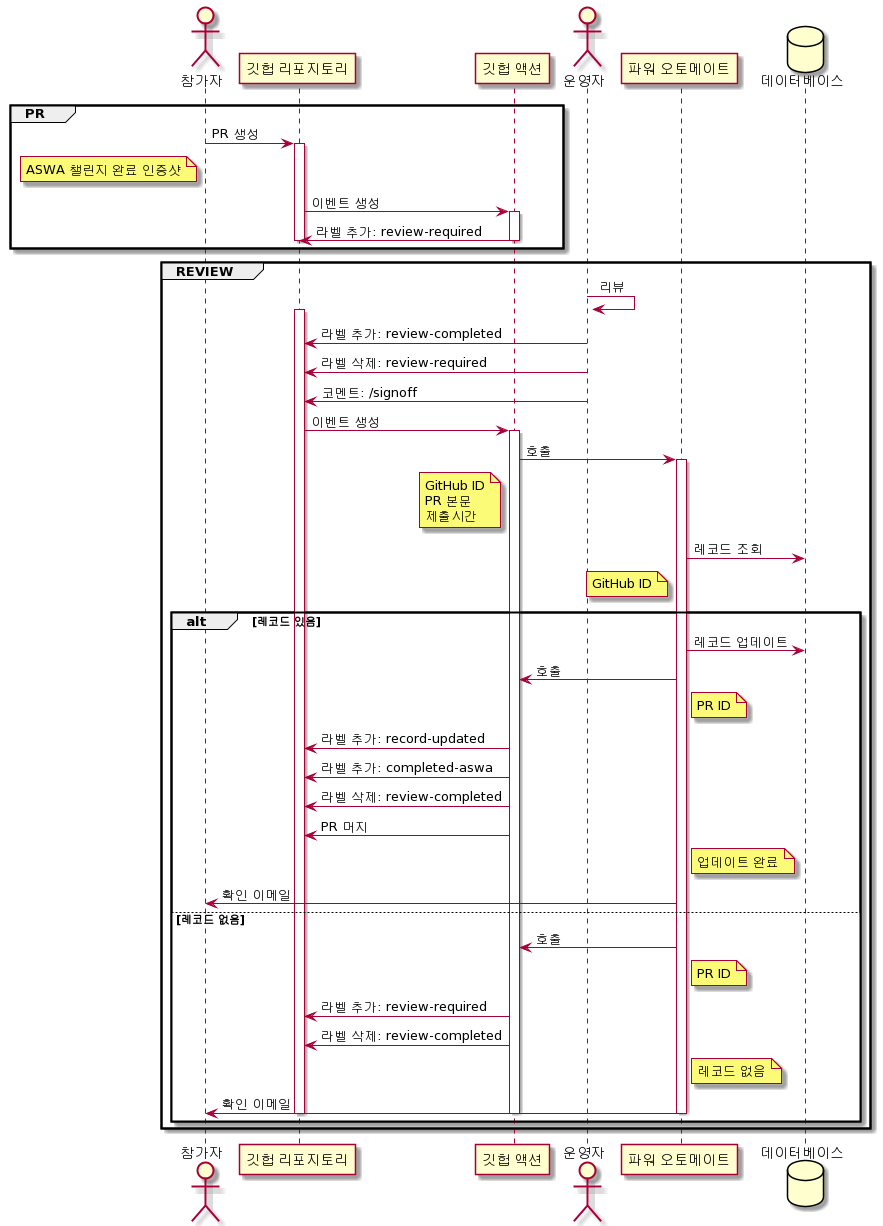
Earlier version of the PlantUML export processes/challenge-aswa.png (devrel-kr/HackaLearn). Its diagram source:
```plantuml
@startuml
actor 참가자 as P
participant "깃헙 리포지토리" as REPO
participant "깃헙 액션" as GHA
actor 운영자 as OP
participant "파워 오토메이트" as PA
database 데이터베이스 as DB

group PR
    P -> REPO: PR 생성
    note left of P
        ASWA 챌린지 완료 인증샷
    end note

    activate REPO
    REPO -> GHA: 이벤트 생성
    activate GHA
    GHA -> REPO: 라벨 추가: review-required
    deactivate GHA
    deactivate REPO
end

group REVIEW
    OP -> OP: 리뷰

    activate REPO
    OP -> REPO: 라벨 추가: review-completed
    OP -> REPO: 라벨 삭제: review-required
    OP -> REPO: 코멘트: /signoff
    REPO -> GHA: 이벤트 생성

    activate GHA
    GHA -> PA: 호출
    note left of GHA
        GitHub ID
        PR 본문
        제출시간
    end note

    activate PA
    PA -> DB: 레코드 조회
    note left of PA
        GitHub ID
    end note

    alt 레코드 있음
        PA -> DB: 레코드 업데이트
        PA -> GHA: 호출
        note right of PA
            PR ID
        end note
        GHA -> REPO: 라벨 추가: record-updated
        GHA -> REPO: 라벨 추가: completed-aswa
        GHA -> REPO: 라벨 삭제: review-completed
        GHA -> REPO: PR 머지
        note right of PA
            업데이트 완료
        end note
        PA -> P: 확인 이메일
    else 레코드 없음
        PA -> GHA: 호출
        note right of PA
            PR ID
        end note
        GHA -> REPO: 라벨 추가: review-required
        GHA -> REPO: 라벨 삭제: review-completed
        note right of PA
            레코드 없음
        end note
        PA -> P: 확인 이메일

        deactivate PA
        deactivate GHA
        deactivate REPO
    end
end
@enduml
```
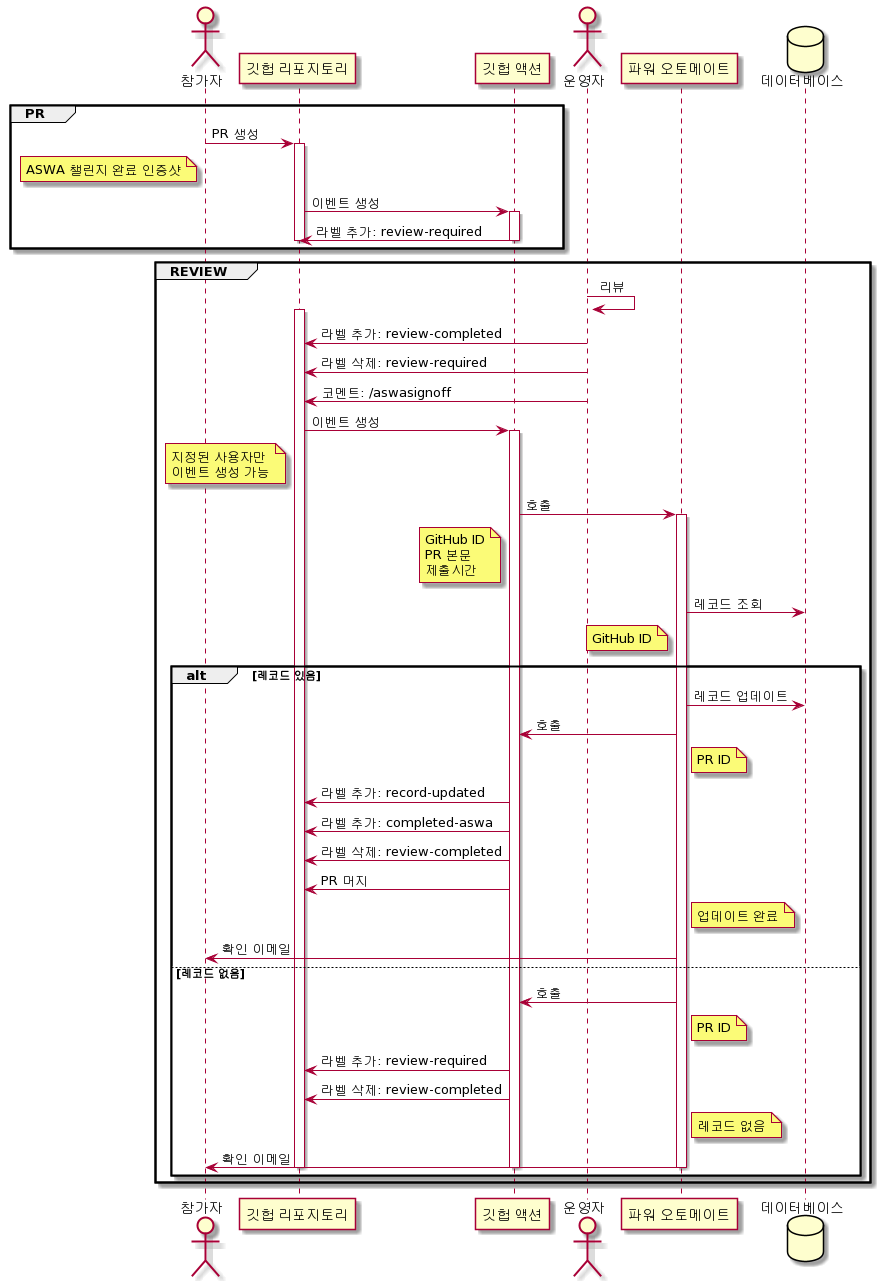
After the change.

Diff of the diagram source:
```diff
@@ -26,8 +26,12 @@
     activate REPO
     OP -> REPO: 라벨 추가: review-completed
     OP -> REPO: 라벨 삭제: review-required
-    OP -> REPO: 코멘트: /signoff
+    OP -> REPO: 코멘트: /aswasignoff
     REPO -> GHA: 이벤트 생성
+    note left of REPO
+        지정된 사용자만
+        이벤트 생성 가능
+    end note
 
     activate GHA
     GHA -> PA: 호출
```
